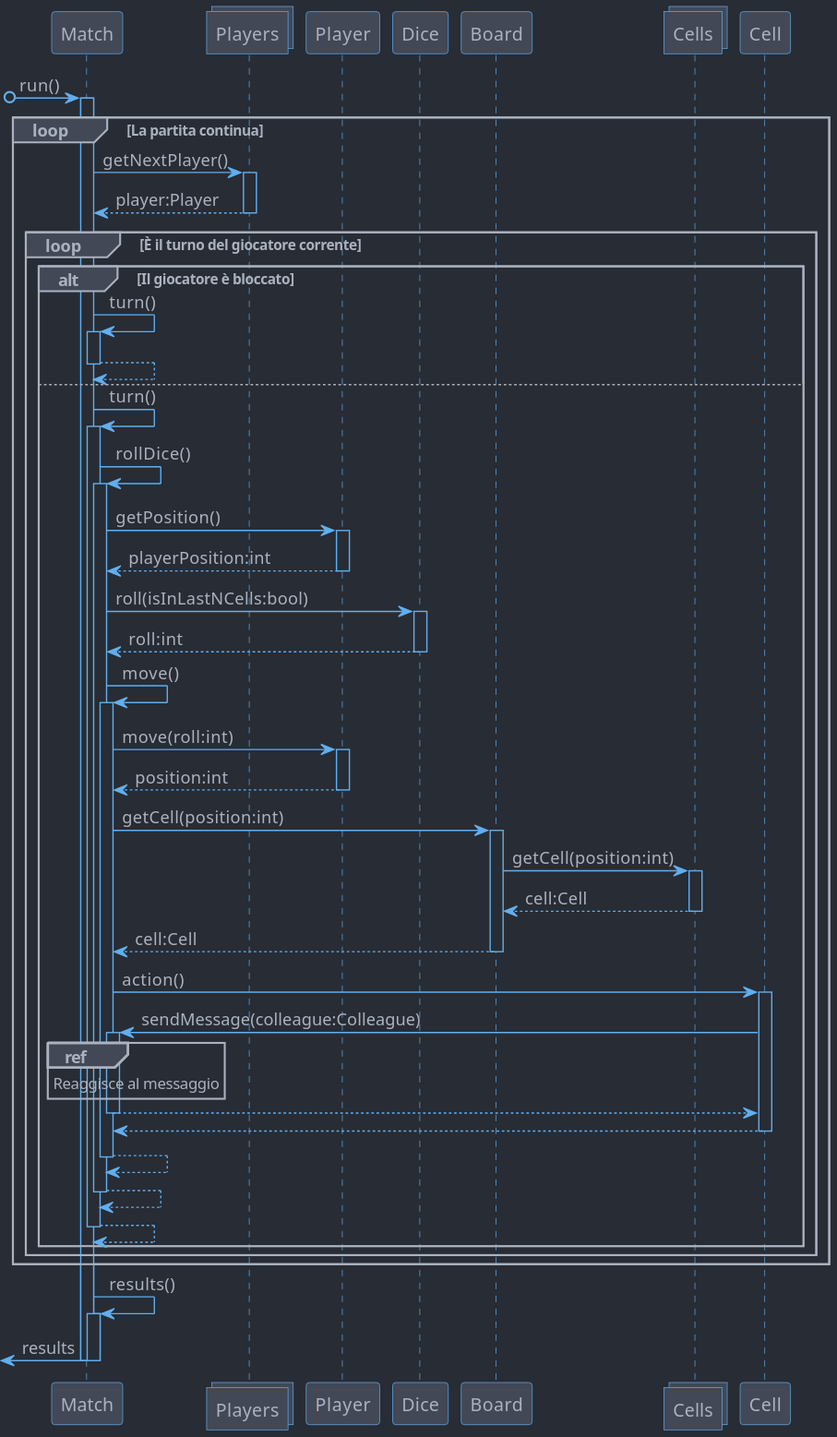
The PlantUML diagram out/doc/UML diagrams/Sequence Diagram/Sequence Diagram (Simulazione).svg in XBlayz/Snakes_n_Ladders_sim, before a commit.
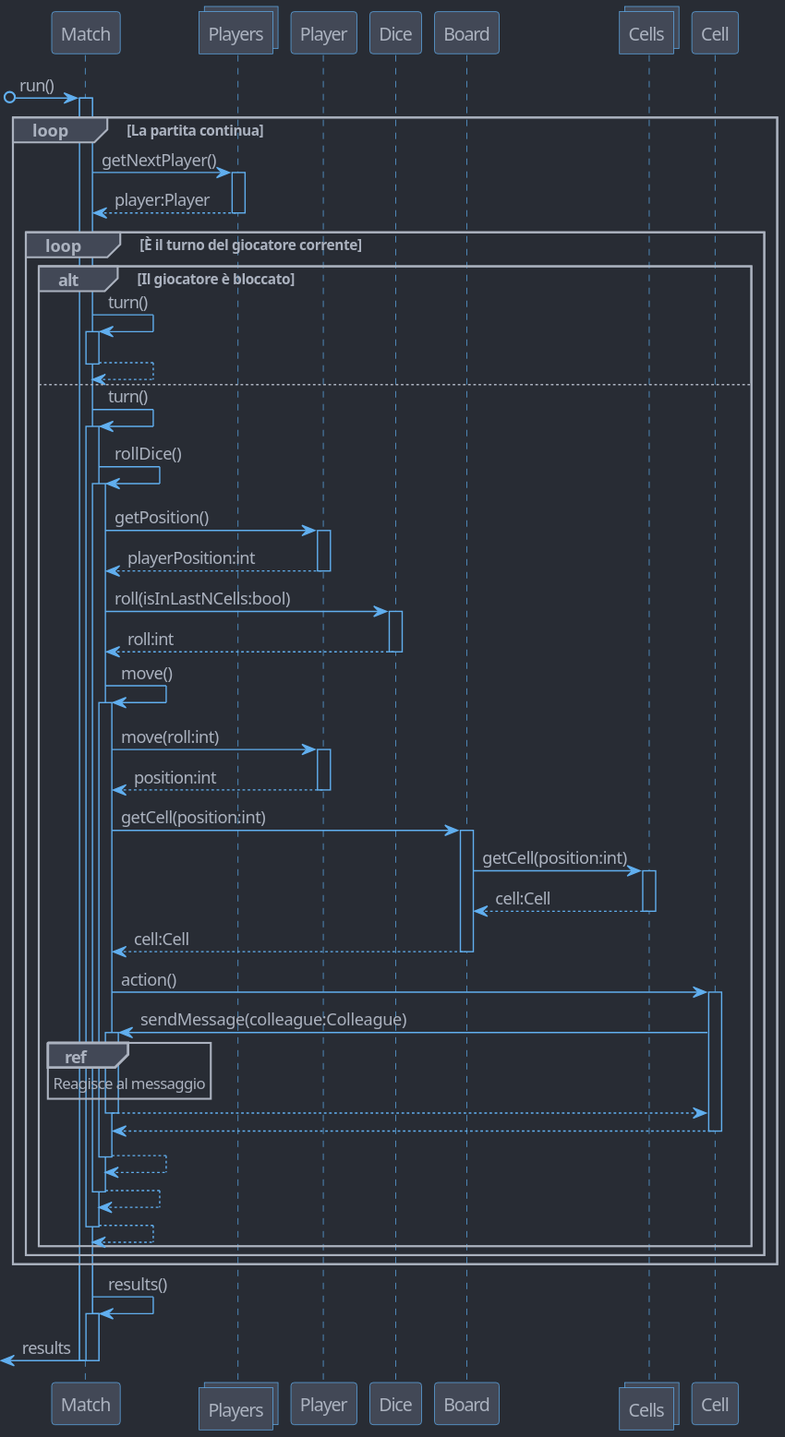
After the change.

Diff of the diagram source:
```diff
@@ -33,7 +33,7 @@
             return cell:Cell
             Match -> Cell ++ : action()
             Cell -> Match ++ : sendMessage(colleague:Colleague)
-            ref over Match : Reaggisce al messaggio
+            ref over Match : Reagisce al messaggio
             return
             return
             return
```
